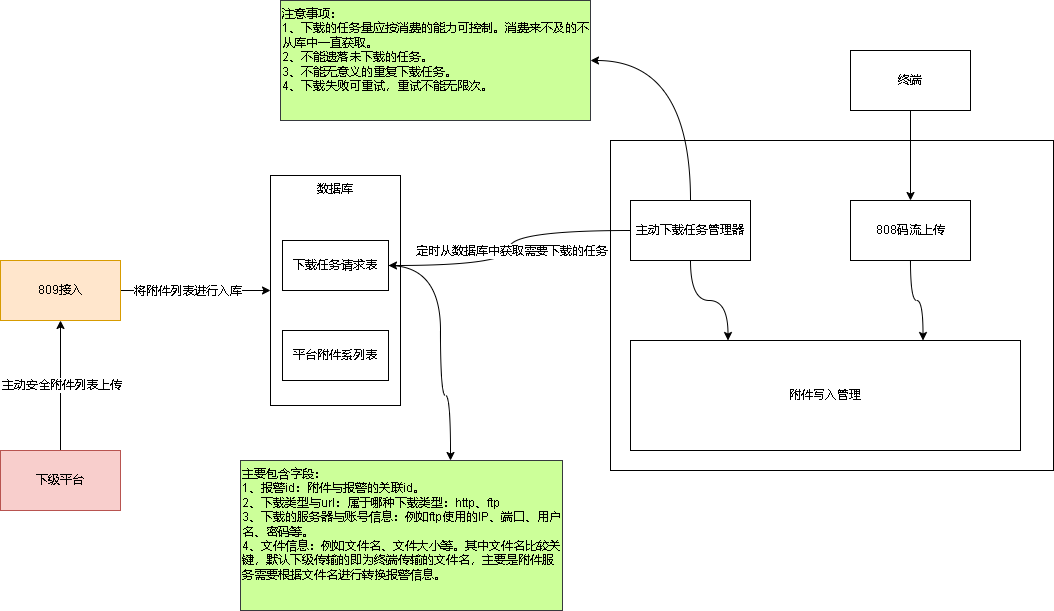
xktder/draw keeps this draw.io diagram as 809上传附件列表支持下载.drawio.png. Above is the earlier version. Source tidied: cells renumbered, new cells last; positions are measured from the earlier drawing's top-left corner, leaving out a move shared by most shapes.
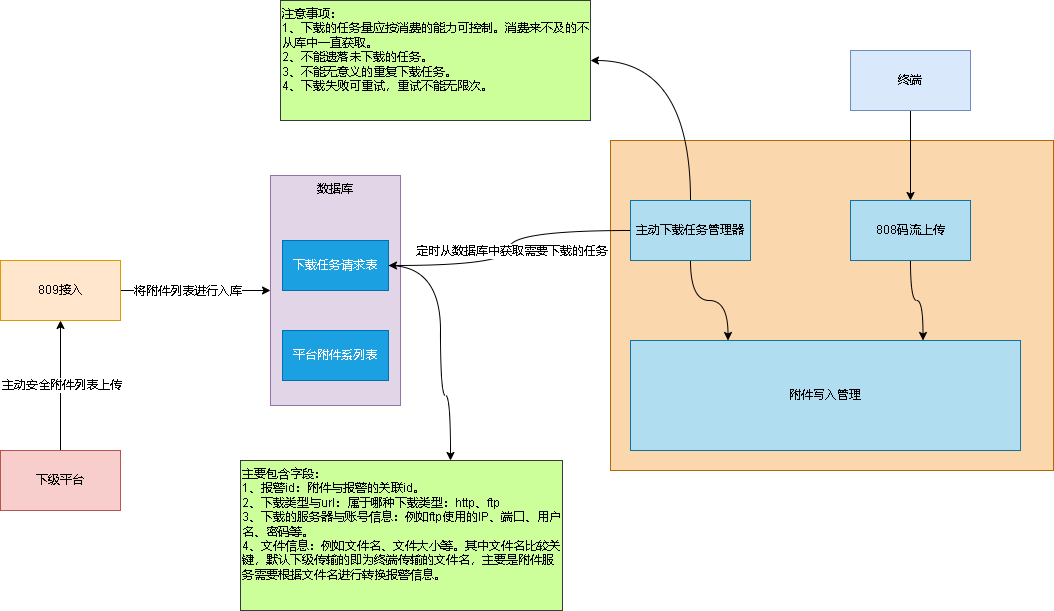
The same file after the commit.

Commit message:
更新809上传附件列表支持下载.drawio.png

Change to the diagram source:
```diff
@@ -24,7 +24,7 @@
     <mxCell id="7" value="下级平台" style="rounded=0;whiteSpace=wrap;html=1;fillColor=#f8cecc;strokeColor=#b85450;" parent="1" vertex="1">
       <mxGeometry y="450" width="120" height="60" as="geometry" />
     </mxCell>
-    <mxCell id="8" value="数据库" style="rounded=0;whiteSpace=wrap;html=1;verticalAlign=top;" parent="1" vertex="1">
+    <mxCell id="8" value="数据库" style="rounded=0;whiteSpace=wrap;html=1;verticalAlign=top;fillColor=#e1d5e7;strokeColor=#9673a6;" parent="1" vertex="1">
       <mxGeometry x="270" y="175" width="130" height="230" as="geometry" />
     </mxCell>
     <mxCell id="9" style="edgeStyle=orthogonalEdgeStyle;rounded=0;jettySize=auto;html=1;curved=1;" parent="1" edge="1" source="10" target="24">
@@ -36,13 +36,13 @@
         </Array>
       </mxGeometry>
     </mxCell>
-    <mxCell id="10" value="下载任务请求表" style="rounded=0;whiteSpace=wrap;html=1;" parent="1" vertex="1">
+    <mxCell id="10" value="下载任务请求表" style="rounded=0;whiteSpace=wrap;html=1;fillColor=#1ba1e2;strokeColor=#006EAF;fontColor=#ffffff;" parent="1" vertex="1">
       <mxGeometry x="282" y="240" width="106" height="50" as="geometry" />
     </mxCell>
-    <mxCell id="11" value="平台附件系列表" style="rounded=0;whiteSpace=wrap;html=1;" parent="1" vertex="1">
+    <mxCell id="11" value="平台附件系列表" style="rounded=0;whiteSpace=wrap;html=1;fillColor=#1ba1e2;strokeColor=#006EAF;fontColor=#ffffff;" parent="1" vertex="1">
       <mxGeometry x="282" y="330" width="106" height="50" as="geometry" />
     </mxCell>
-    <mxCell id="12" style="rounded=0;whiteSpace=wrap;html=1;" parent="1" vertex="1">
+    <mxCell id="12" style="rounded=0;whiteSpace=wrap;html=1;fillColor=#fad7ac;strokeColor=#b46504;" parent="1" vertex="1">
       <mxGeometry x="610" y="140" width="443" height="330" as="geometry" />
     </mxCell>
     <mxCell id="13" style="edgeStyle=orthogonalEdgeStyle;rounded=0;jettySize=auto;html=1;entryX=1;entryY=0.5;entryDx=0;entryDy=0;curved=1;" parent="1" edge="1" source="17" target="10">
@@ -59,22 +59,22 @@
     <mxCell id="16" style="edgeStyle=orthogonalEdgeStyle;rounded=0;jettySize=auto;html=1;exitX=0.5;exitY=0;exitDx=0;exitDy=0;entryX=1;entryY=0.5;entryDx=0;entryDy=0;curved=1;" parent="1" edge="1" source="17" target="23">
       <mxGeometry relative="1" as="geometry" />
     </mxCell>
-    <mxCell id="17" value="主动下载任务管理器" style="rounded=0;whiteSpace=wrap;html=1;" parent="1" vertex="1">
+    <mxCell id="17" value="主动下载任务管理器" style="rounded=0;whiteSpace=wrap;html=1;fillColor=#b1ddf0;strokeColor=#10739e;" parent="1" vertex="1">
       <mxGeometry x="630" y="200" width="120" height="60" as="geometry" />
     </mxCell>
-    <mxCell id="18" value="附件写入管理" style="rounded=0;whiteSpace=wrap;html=1;" parent="1" vertex="1">
+    <mxCell id="18" value="附件写入管理" style="rounded=0;whiteSpace=wrap;html=1;fillColor=#b1ddf0;strokeColor=#10739e;" parent="1" vertex="1">
       <mxGeometry x="630" y="340" width="390" height="110" as="geometry" />
     </mxCell>
     <mxCell id="19" style="edgeStyle=orthogonalEdgeStyle;rounded=0;jettySize=auto;html=1;entryX=0.75;entryY=0;entryDx=0;entryDy=0;curved=1;" parent="1" edge="1" source="20" target="18">
       <mxGeometry relative="1" as="geometry" />
     </mxCell>
-    <mxCell id="20" value="808码流上传" style="rounded=0;whiteSpace=wrap;html=1;" parent="1" vertex="1">
+    <mxCell id="20" value="808码流上传" style="rounded=0;whiteSpace=wrap;html=1;fillColor=#b1ddf0;strokeColor=#10739e;" parent="1" vertex="1">
       <mxGeometry x="850" y="200" width="120" height="60" as="geometry" />
     </mxCell>
     <mxCell id="21" style="edgeStyle=orthogonalEdgeStyle;rounded=0;jettySize=auto;html=1;exitX=0.5;exitY=1;exitDx=0;exitDy=0;" parent="1" edge="1" source="22" target="20">
       <mxGeometry relative="1" as="geometry" />
     </mxCell>
-    <mxCell id="22" value="终端" style="rounded=0;whiteSpace=wrap;html=1;" parent="1" vertex="1">
+    <mxCell id="22" value="终端" style="rounded=0;whiteSpace=wrap;html=1;fillColor=#dae8fc;strokeColor=#6c8ebf;" parent="1" vertex="1">
       <mxGeometry x="850" y="50" width="120" height="60" as="geometry" />
     </mxCell>
     <mxCell id="23" value="注意事项：&lt;br&gt;1、下载的任务量应按消费的能力可控制。消费来不及的不从库中一直获取。&lt;br&gt;2、不能遗落未下载的任务。&lt;br&gt;3、不能无意义的重复下载任务。&lt;br&gt;4、下载失败可重试，重试不能无限次。" style="rounded=0;whiteSpace=wrap;html=1;fillColor=#CCFF99;strokeColor=#36393d;verticalAlign=top;align=left;" parent="1" vertex="1">
```
